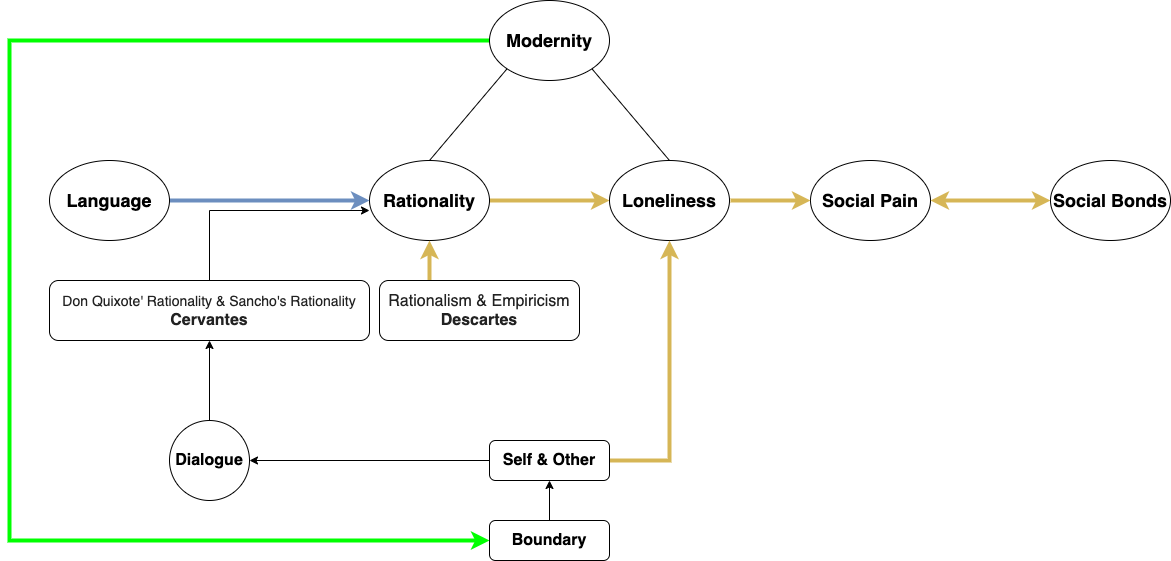
Before: report/pix/triangle-3.png, a diagram exported from draw.io (tintinrevient/social-and-affective-neuroscience). Source tidied: cells renumbered, new cells last; positions are measured from the earlier drawing's top-left corner, leaving out a move shared by most shapes.
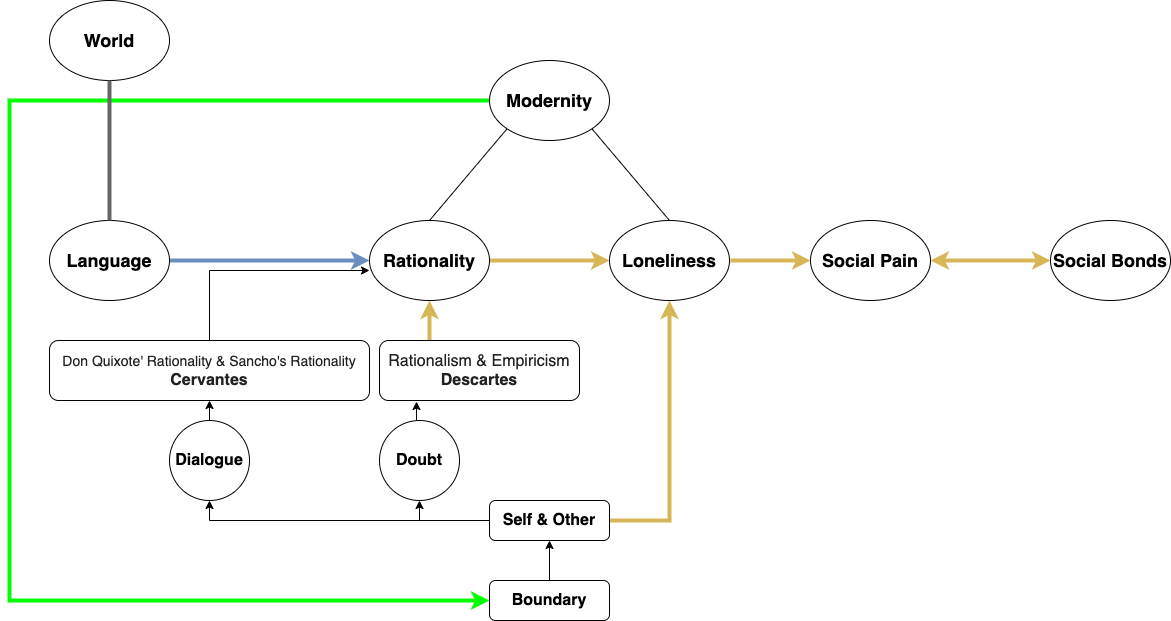
After the change.

Diff of the diagram source:
```diff
@@ -48,7 +48,7 @@
     <mxCell id="14" value="Boundary" style="rounded=1;whiteSpace=wrap;html=1;fontStyle=1;fontSize=16;" parent="1" vertex="1">
       <mxGeometry x="480" y="520" width="120" height="40" as="geometry" />
     </mxCell>
-    <mxCell id="15" style="edgeStyle=orthogonalEdgeStyle;rounded=0;jettySize=auto;html=1;entryX=1;entryY=0.5;entryDx=0;entryDy=0;fontSize=16;" parent="1" edge="1" source="17" target="23">
+    <mxCell id="15" style="edgeStyle=orthogonalEdgeStyle;rounded=0;jettySize=auto;html=1;entryX=0.5;entryY=1;entryDx=0;entryDy=0;fontSize=16;" parent="1" edge="1" source="17" target="23">
       <mxGeometry relative="1" as="geometry" />
     </mxCell>
     <mxCell id="16" style="edgeStyle=orthogonalEdgeStyle;rounded=0;jettySize=auto;html=1;entryX=0.5;entryY=1;entryDx=0;entryDy=0;strokeColor=#d6b656;strokeWidth=4;fontSize=16;fillColor=#fff2cc;" parent="1" edge="1" source="17" target="6">
@@ -58,6 +58,9 @@
         </Array>
       </mxGeometry>
     </mxCell>
+    <mxCell id="26" style="edgeStyle=orthogonalEdgeStyle;rounded=0;jettySize=auto;html=1;entryX=0.5;entryY=1;entryDx=0;entryDy=0;" parent="1" edge="1" source="17" target="28">
+      <mxGeometry relative="1" as="geometry" />
+    </mxCell>
     <mxCell id="17" value="Self &amp;amp; Other" style="rounded=1;whiteSpace=wrap;html=1;fontStyle=1;fontSize=16;" parent="1" vertex="1">
       <mxGeometry x="480" y="440" width="120" height="40" as="geometry" />
     </mxCell>
@@ -77,7 +80,7 @@
       <mxGeometry relative="1" as="geometry" />
     </mxCell>
     <mxCell id="23" value="&lt;b&gt;Dialogue&lt;/b&gt;" style="ellipse;whiteSpace=wrap;html=1;fontSize=16;" parent="1" vertex="1">
-      <mxGeometry x="160" y="420" width="80" height="80" as="geometry" />
+      <mxGeometry x="160" y="360" width="80" height="80" as="geometry" />
     </mxCell>
     <mxCell id="24" style="edgeStyle=orthogonalEdgeStyle;rounded=0;jettySize=auto;html=1;exitX=1;exitY=0.5;exitDx=0;exitDy=0;fillColor=#dae8fc;strokeColor=#6c8ebf;strokeWidth=4;" parent="1" edge="1" source="25">
       <mxGeometry relative="1" as="geometry">
@@ -87,5 +90,17 @@
     <mxCell id="25" value="&lt;font style=&quot;font-size: 18px&quot;&gt;&lt;b&gt;Language&lt;/b&gt;&lt;/font&gt;" style="ellipse;whiteSpace=wrap;html=1;" parent="1" vertex="1">
       <mxGeometry x="40" y="160" width="120" height="80" as="geometry" />
     </mxCell>
+    <mxCell id="27" style="edgeStyle=orthogonalEdgeStyle;rounded=0;jettySize=auto;html=1;exitX=0.5;exitY=0;exitDx=0;exitDy=0;entryX=0.185;entryY=1.017;entryDx=0;entryDy=0;entryPerimeter=0;" parent="1" edge="1" source="28" target="19">
+      <mxGeometry relative="1" as="geometry" />
+    </mxCell>
+    <mxCell id="28" value="&lt;b&gt;Doubt&lt;/b&gt;" style="ellipse;whiteSpace=wrap;html=1;fontSize=16;" parent="1" vertex="1">
+      <mxGeometry x="370" y="360" width="80" height="80" as="geometry" />
+    </mxCell>
+    <mxCell id="29" value="&lt;font style=&quot;font-size: 18px&quot;&gt;&lt;b&gt;World&lt;/b&gt;&lt;/font&gt;" style="ellipse;whiteSpace=wrap;html=1;" parent="1" vertex="1">
+      <mxGeometry x="40" y="-60" width="120" height="80" as="geometry" />
+    </mxCell>
+    <mxCell id="30" style="endArrow=none;html=1;entryX=0.5;entryY=1;entryDx=0;entryDy=0;exitX=0.5;exitY=0;exitDx=0;exitDy=0;fillColor=#f5f5f5;strokeColor=#666666;strokeWidth=4;" parent="1" edge="1" source="25" target="29">
+      <mxGeometry relative="1" as="geometry" />
+    </mxCell>
   </root>
 </mxGraphModel>
```
